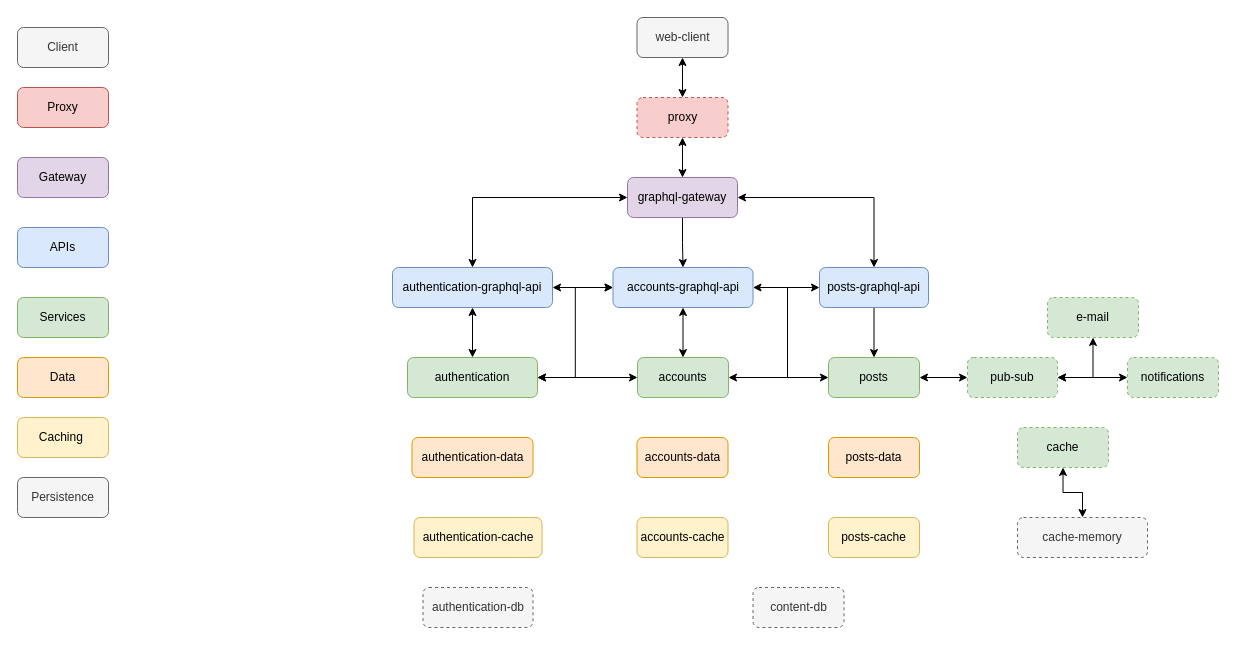
This is docs/architecture.drawio from arneschreuder/dopamine, a draw.io file, before an edit. Source tidied: cells renumbered, new cells numbered last; positions are measured from the earlier drawing's top-left corner, leaving out a move shared by most shapes. Both pictures are drawn from the tidied source at 100%, with x=0, y=0 at pixel (17, 17).
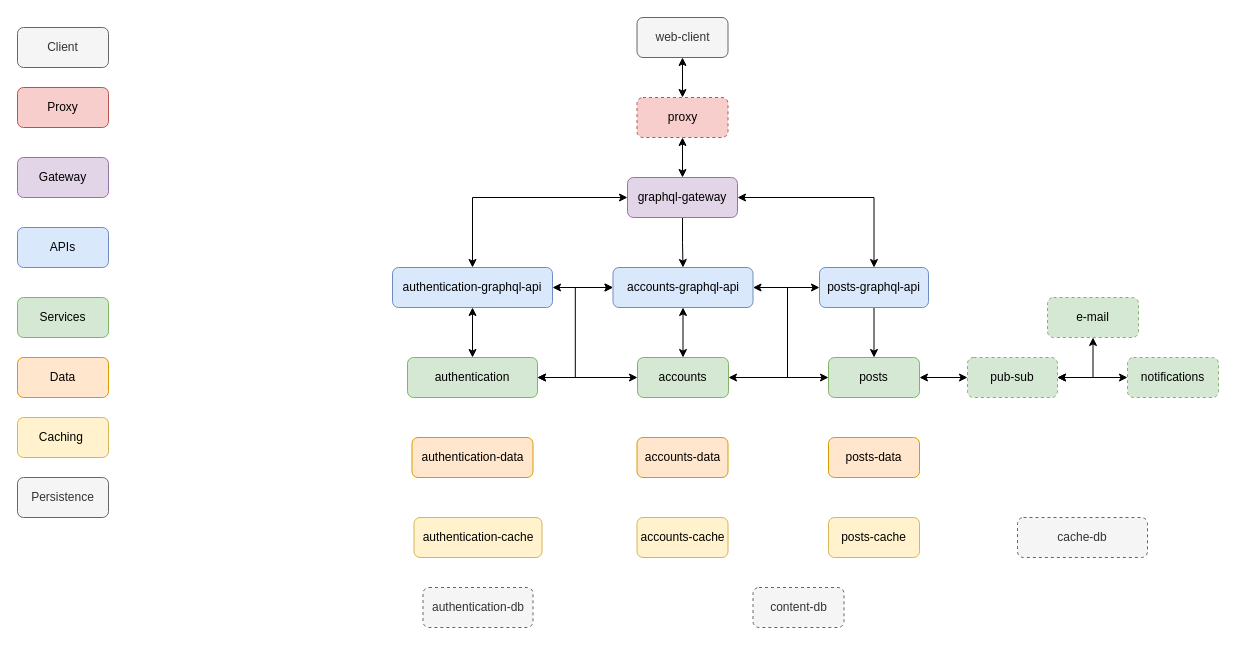
The same diagram, later.

What changed in the source:
```diff
@@
-    <mxCell id="34" style="edgeStyle=orthogonalEdgeStyle;rounded=0;jettySize=auto;html=1;exitX=0.5;exitY=1;exitDx=0;exitDy=0;startArrow=classic;startFill=1;" parent="1" edge="1" source="35" target="48">
-      <mxGeometry relative="1" as="geometry" />
-    </mxCell>
-    <mxCell id="35" value="cache" style="rounded=1;whiteSpace=wrap;html=1;fillColor=#d5e8d4;strokeColor=#82b366;dashed=1;" parent="1" vertex="1">
-      <mxGeometry x="1000" y="410" width="91" height="40" as="geometry" />
-    </mxCell>
@@
-    <mxCell id="48" value="cache-memory" style="rounded=1;whiteSpace=wrap;html=1;fillColor=#f5f5f5;strokeColor=#666666;fontColor=#333333;dashed=1;" parent="1" vertex="1">
+    <mxCell id="48" value="cache-db" style="rounded=1;whiteSpace=wrap;html=1;fillColor=#f5f5f5;strokeColor=#666666;fontColor=#333333;dashed=1;" parent="1" vertex="1">
       <mxGeometry x="1000" y="500" width="130" height="40" as="geometry" />
     </mxCell>
```
